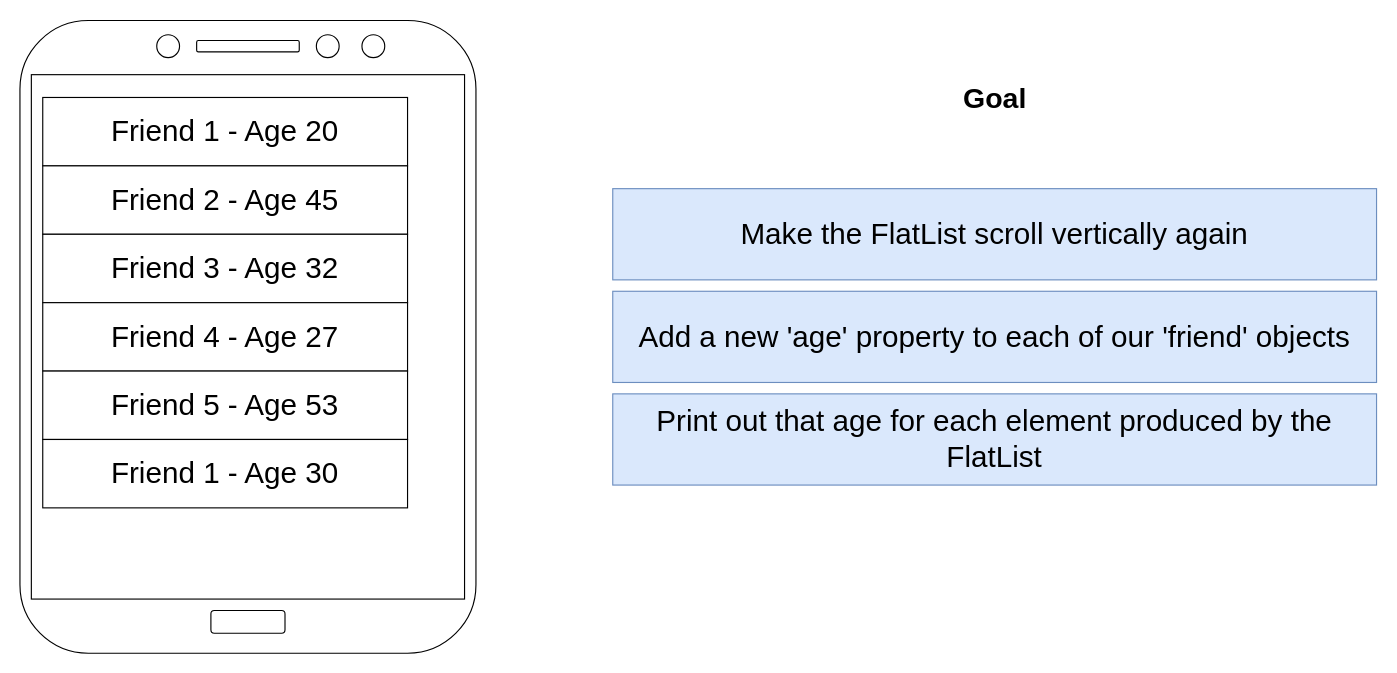
devrath-rana23/theCompleteReactNativeAndReduxUdemyCourse keeps this draw.io diagram as selfMadeDiagrams/_25.1_FlatListExercise.drawio. Above is the earlier version. Source tidied: cells renumbered, new cells numbered last; positions are measured from the earlier drawing's top-left corner, leaving out a move shared by most shapes. Both pictures are drawn from the tidied source at 114%, with x=0, y=0 at pixel (19, 19).
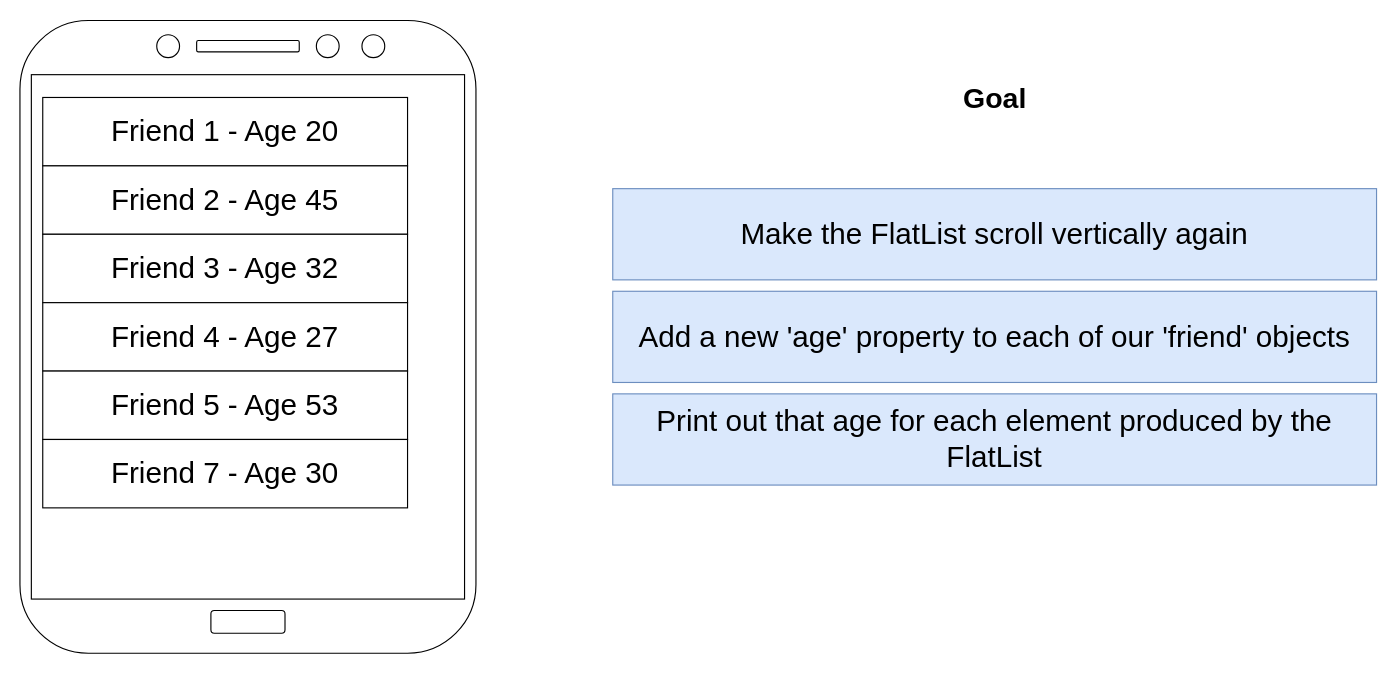
After the change.

Diff of the diagram source:
```diff
@@
 <mxGraphModel>
   <root>
     <mxCell id="0" />
     <mxCell id="1" parent="0" />
     <mxCell id="2" value="&lt;font style=&quot;font-size: 26px&quot;&gt;Make the FlatList scroll vertically again&lt;/font&gt;" style="rounded=0;whiteSpace=wrap;html=1;fillColor=#dae8fc;strokeColor=#6c8ebf;" parent="1" vertex="1">
       <mxGeometry x="520" y="148" width="670" height="80" as="geometry" />
     </mxCell>
     <mxCell id="3" value="&lt;span style=&quot;font-size: 26px&quot;&gt;Add a new 'age' property to each of our 'friend' objects&lt;/span&gt;" style="rounded=0;whiteSpace=wrap;html=1;fillColor=#dae8fc;strokeColor=#6c8ebf;" parent="1" vertex="1">
       <mxGeometry x="520" y="238" width="670" height="80" as="geometry" />
     </mxCell>
     <mxCell id="4" value="&lt;span style=&quot;font-size: 26px&quot;&gt;Print out that age for each element produced by the FlatList&lt;/span&gt;" style="rounded=0;whiteSpace=wrap;html=1;fillColor=#dae8fc;strokeColor=#6c8ebf;" parent="1" vertex="1">
       <mxGeometry x="520" y="328" width="670" height="80" as="geometry" />
     </mxCell>
     <mxCell id="5" value="&lt;font style=&quot;font-size: 25px&quot;&gt;&lt;b&gt;Goal&lt;/b&gt;&lt;/font&gt;" style="text;html=1;strokeColor=none;fillColor=none;align=center;verticalAlign=middle;whiteSpace=wrap;rounded=0;" parent="1" vertex="1">
       <mxGeometry x="710.6" y="28" width="288.8" height="80" as="geometry" />
     </mxCell>
     <mxCell id="6" style="rounded=1;whiteSpace=wrap;html=1;fontSize=26;" parent="1" vertex="1">
       <mxGeometry y="0.5" width="400" height="555" as="geometry" />
     </mxCell>
     <mxCell id="7" style="rounded=0;whiteSpace=wrap;html=1;fontSize=26;" parent="1" vertex="1">
       <mxGeometry x="10" y="48" width="380" height="460" as="geometry" />
     </mxCell>
     <mxCell id="8" style="rounded=1;whiteSpace=wrap;html=1;fontSize=26;" parent="1" vertex="1">
       <mxGeometry x="155" y="18" width="90" height="10" as="geometry" />
     </mxCell>
     <mxCell id="9" style="rounded=1;whiteSpace=wrap;html=1;fontSize=26;" parent="1" vertex="1">
       <mxGeometry x="167.5" y="518" width="65" height="20" as="geometry" />
     </mxCell>
     <mxCell id="10" style="ellipse;whiteSpace=wrap;html=1;fontSize=26;" parent="1" vertex="1">
       <mxGeometry x="120" y="13" width="20" height="20" as="geometry" />
     </mxCell>
     <mxCell id="11" style="ellipse;whiteSpace=wrap;html=1;fontSize=26;" parent="1" vertex="1">
       <mxGeometry x="260" y="13" width="20" height="20" as="geometry" />
     </mxCell>
     <mxCell id="12" style="ellipse;whiteSpace=wrap;html=1;fontSize=26;" parent="1" vertex="1">
       <mxGeometry x="300" y="13" width="20" height="20" as="geometry" />
     </mxCell>
     <mxCell id="13" value="Friend 1 - Age 20" style="rounded=0;whiteSpace=wrap;html=1;fontSize=26;" parent="1" vertex="1">
       <mxGeometry x="20" y="68" width="320" height="60" as="geometry" />
     </mxCell>
     <mxCell id="14" value="&lt;span&gt;Friend 2 - Age 45&lt;/span&gt;" style="rounded=0;whiteSpace=wrap;html=1;fontSize=26;" parent="1" vertex="1">
       <mxGeometry x="20" y="128" width="320" height="60" as="geometry" />
     </mxCell>
     <mxCell id="15" value="&lt;span&gt;Friend 3 - Age 32&lt;/span&gt;" style="rounded=0;whiteSpace=wrap;html=1;fontSize=26;" parent="1" vertex="1">
       <mxGeometry x="20" y="188" width="320" height="60" as="geometry" />
     </mxCell>
     <mxCell id="16" value="&lt;span&gt;Friend 4 - Age 27&lt;/span&gt;" style="rounded=0;whiteSpace=wrap;html=1;fontSize=26;" parent="1" vertex="1">
       <mxGeometry x="20" y="248" width="320" height="60" as="geometry" />
     </mxCell>
     <mxCell id="17" value="&lt;span&gt;Friend 5 - Age 53&lt;/span&gt;" style="rounded=0;whiteSpace=wrap;html=1;fontSize=26;" parent="1" vertex="1">
       <mxGeometry x="20" y="308" width="320" height="60" as="geometry" />
     </mxCell>
-    <mxCell id="18" value="&lt;span&gt;Friend 1 - Age 30&lt;/span&gt;" style="rounded=0;whiteSpace=wrap;html=1;fontSize=26;" parent="1" vertex="1">
+    <mxCell id="18" value="&lt;span&gt;Friend 7 - Age 30&lt;/span&gt;" style="rounded=0;whiteSpace=wrap;html=1;fontSize=26;" parent="1" vertex="1">
       <mxGeometry x="20" y="368" width="320" height="60" as="geometry" />
     </mxCell>
   </root>
 </mxGraphModel>
```
